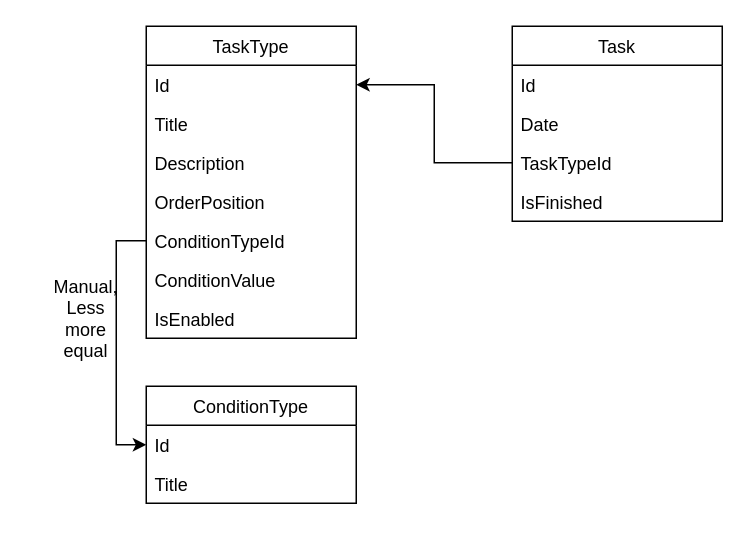
This is page "База данных" (1 of 2) of ToodleDiagramm.drawio from HjalmarAnKrait/Toodle, a draw.io file, before an edit. Source tidied: cells renumbered, new cells numbered last; positions are measured from the earlier drawing's top-left corner, leaving out a move shared by most shapes. Both pictures are drawn from the tidied source at 150%, with x=0, y=0 at pixel (26, 26).
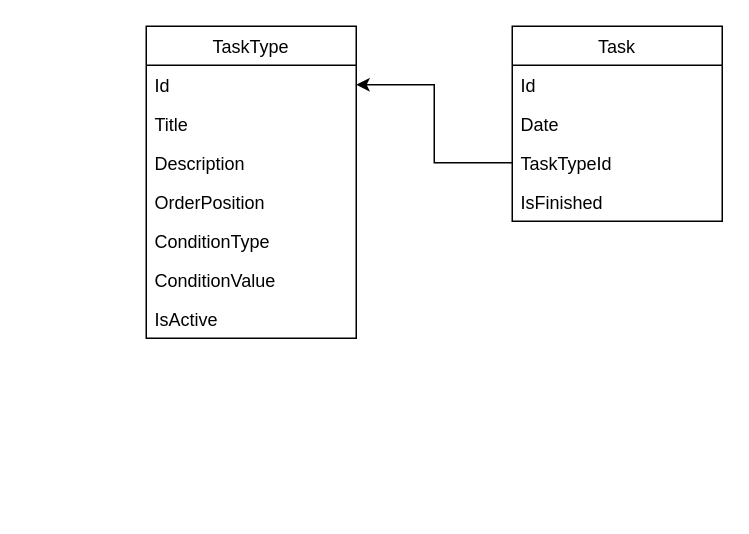
The same page after the edit.

Unchanged cells that the change refers to:
```xml
<mxCell id="2" value="TaskType" style="swimlane;fontStyle=0;horizontal=1;startSize=26;fillColor=none;" parent="1" vertex="1">
  <mxGeometry x="80" width="140" height="208" as="geometry" />
</mxCell>
```

Diff of the diagram source:
```diff
@@
-    <mxCell id="7" value="ConditionTypeId" style="text;strokeColor=none;fillColor=none;align=left;verticalAlign=top;spacingLeft=4;spacingRight=4;overflow=hidden;points=[[0,0.5],[1,0.5]];portConstraint=eastwest;" parent="2" vertex="1">
+    <mxCell id="7" value="ConditionType" style="text;strokeColor=none;fillColor=none;align=left;verticalAlign=top;spacingLeft=4;spacingRight=4;overflow=hidden;points=[[0,0.5],[1,0.5]];portConstraint=eastwest;" parent="2" vertex="1">
       <mxGeometry y="130" width="140" height="26" as="geometry" />
     </mxCell>
@@
-    <mxCell id="9" value="IsEnabled" style="text;strokeColor=none;fillColor=none;align=left;verticalAlign=top;spacingLeft=4;spacingRight=4;overflow=hidden;" parent="2" vertex="1">
+    <mxCell id="9" value="IsActive&#10;" style="text;strokeColor=none;fillColor=none;align=left;verticalAlign=top;spacingLeft=4;spacingRight=4;overflow=hidden;" parent="2" vertex="1">
       <mxGeometry y="182" width="140" height="26" as="geometry" />
     </mxCell>
@@
-    <mxCell id="16" value="ConditionType" style="swimlane;fontStyle=0;horizontal=1;startSize=26;fillColor=none;" parent="1" vertex="1">
-      <mxGeometry x="80" y="240" width="140" height="78" as="geometry" />
-    </mxCell>
-    <mxCell id="17" value="Id" style="text;strokeColor=none;fillColor=none;align=left;verticalAlign=top;spacingLeft=4;spacingRight=4;overflow=hidden;points=[[0,0.5],[1,0.5]];portConstraint=eastwest;" parent="16" vertex="1">
-      <mxGeometry y="26" width="140" height="26" as="geometry" />
-    </mxCell>
-    <mxCell id="18" value="Title" style="text;strokeColor=none;fillColor=none;align=left;verticalAlign=top;spacingLeft=4;spacingRight=4;overflow=hidden;" parent="16" vertex="1">
-      <mxGeometry y="52" width="140" height="26" as="geometry" />
-    </mxCell>
-    <mxCell id="19" value="Manual,&lt;br&gt;Less&lt;br&gt;more&lt;br&gt;equal" style="text;html=1;strokeColor=none;fillColor=none;align=center;verticalAlign=middle;whiteSpace=wrap;rounded=0;" parent="1" vertex="1">
-      <mxGeometry y="190" width="80" height="10" as="geometry" />
-    </mxCell>
-    <mxCell id="20" style="edgeStyle=orthogonalEdgeStyle;rounded=0;jettySize=auto;html=1;exitX=0;exitY=0.5;exitDx=0;exitDy=0;entryX=0;entryY=0.5;entryDx=0;entryDy=0;" parent="1" edge="1" source="7" target="17">
-      <mxGeometry relative="1" as="geometry" />
-    </mxCell>
```
